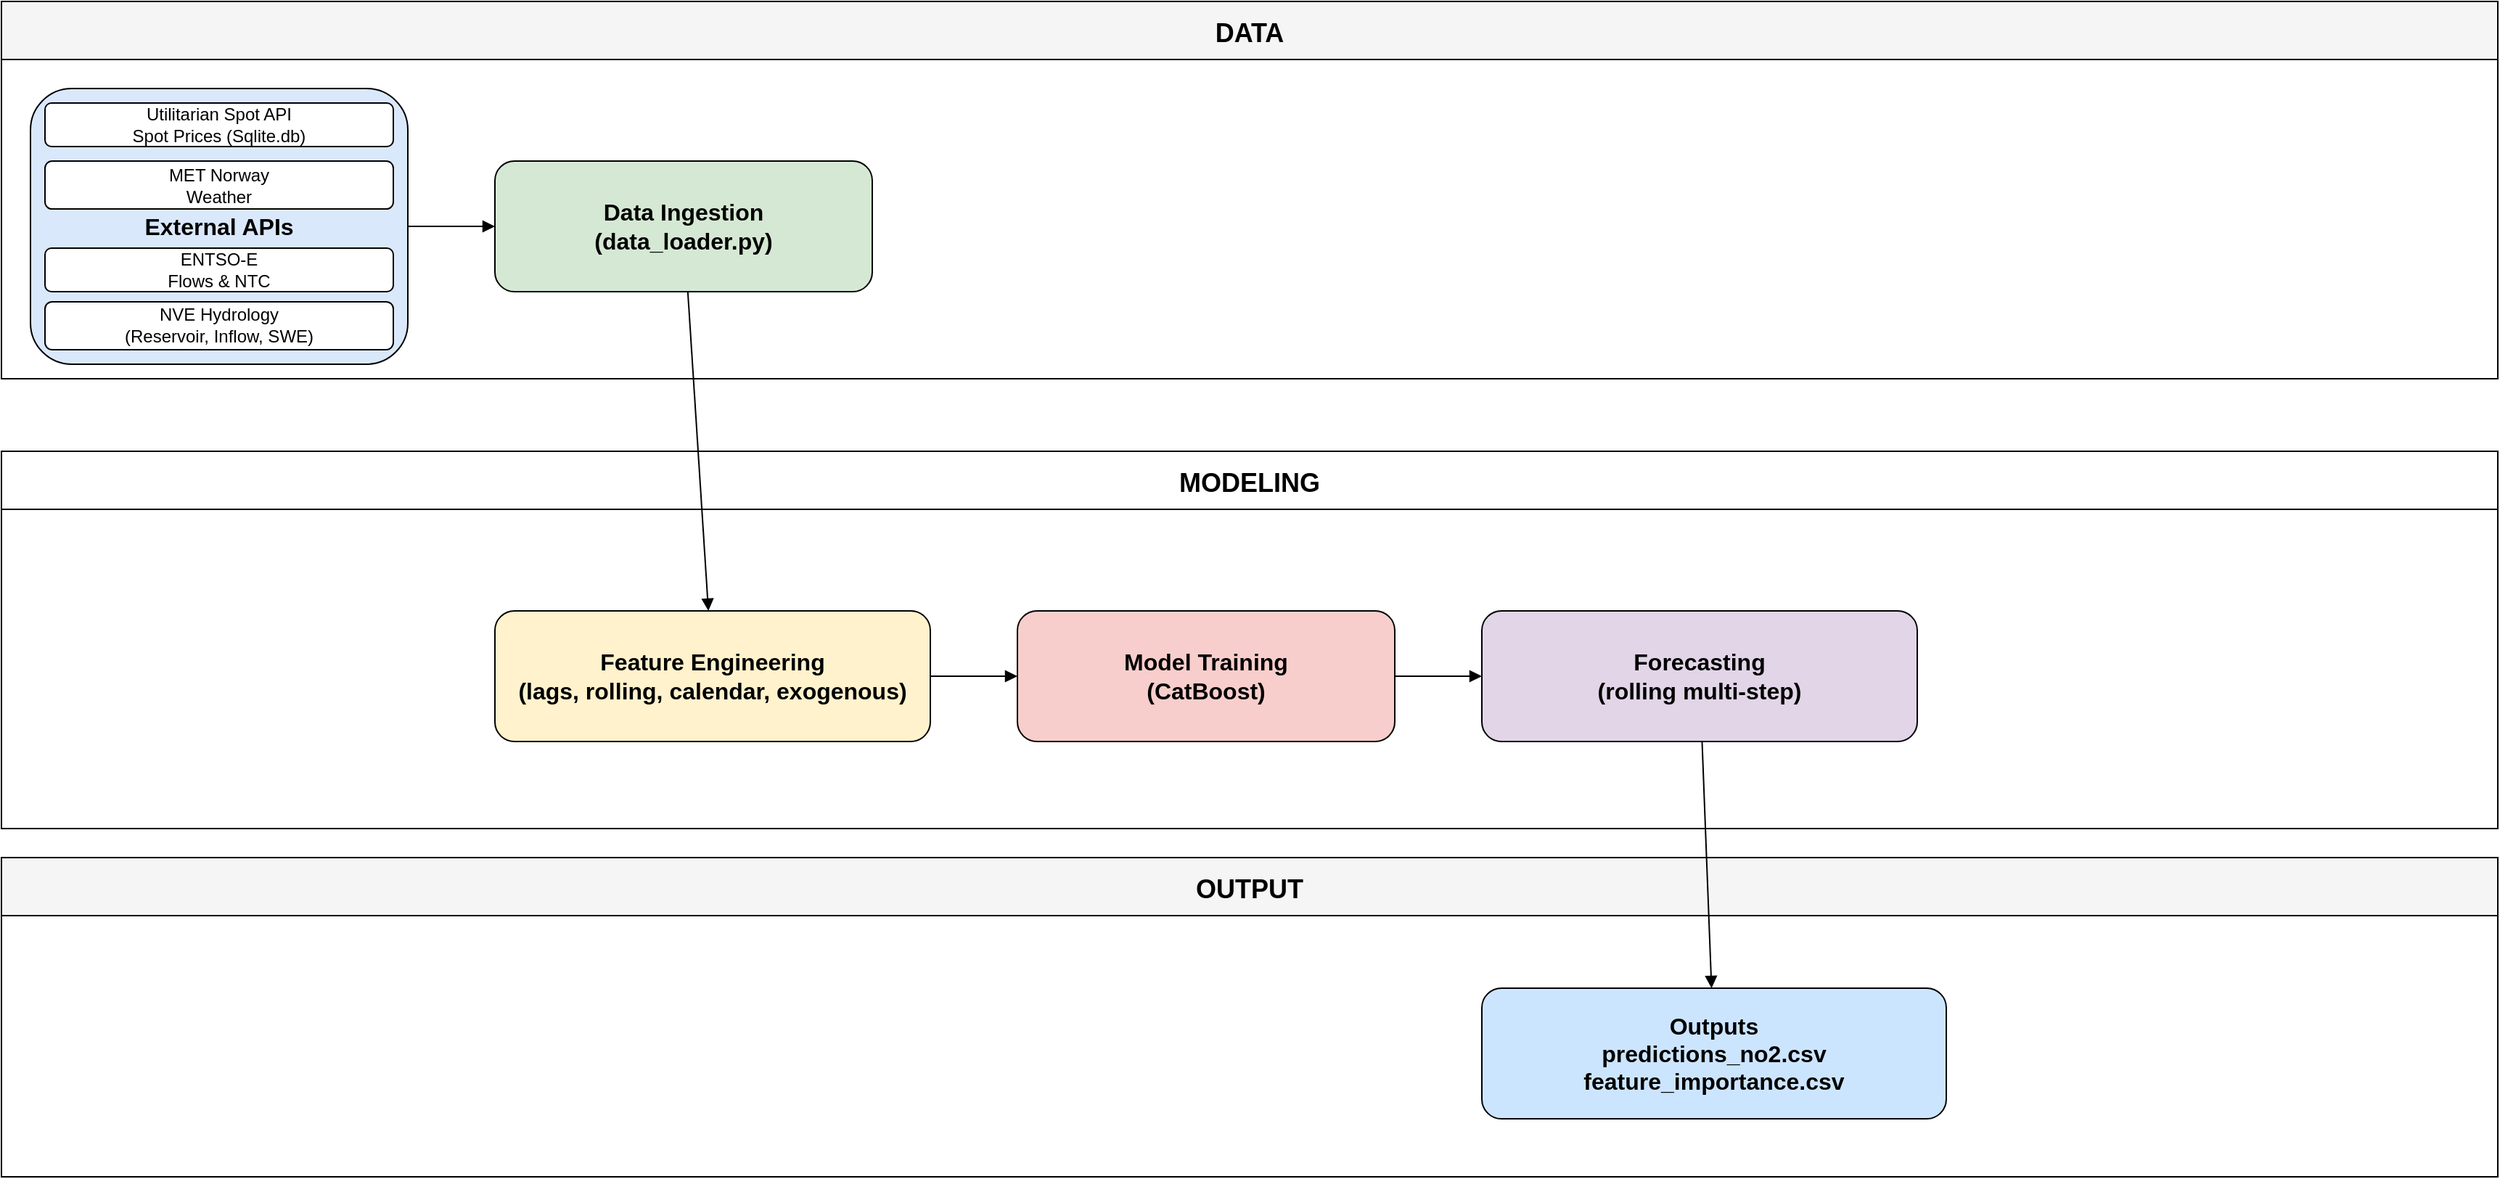
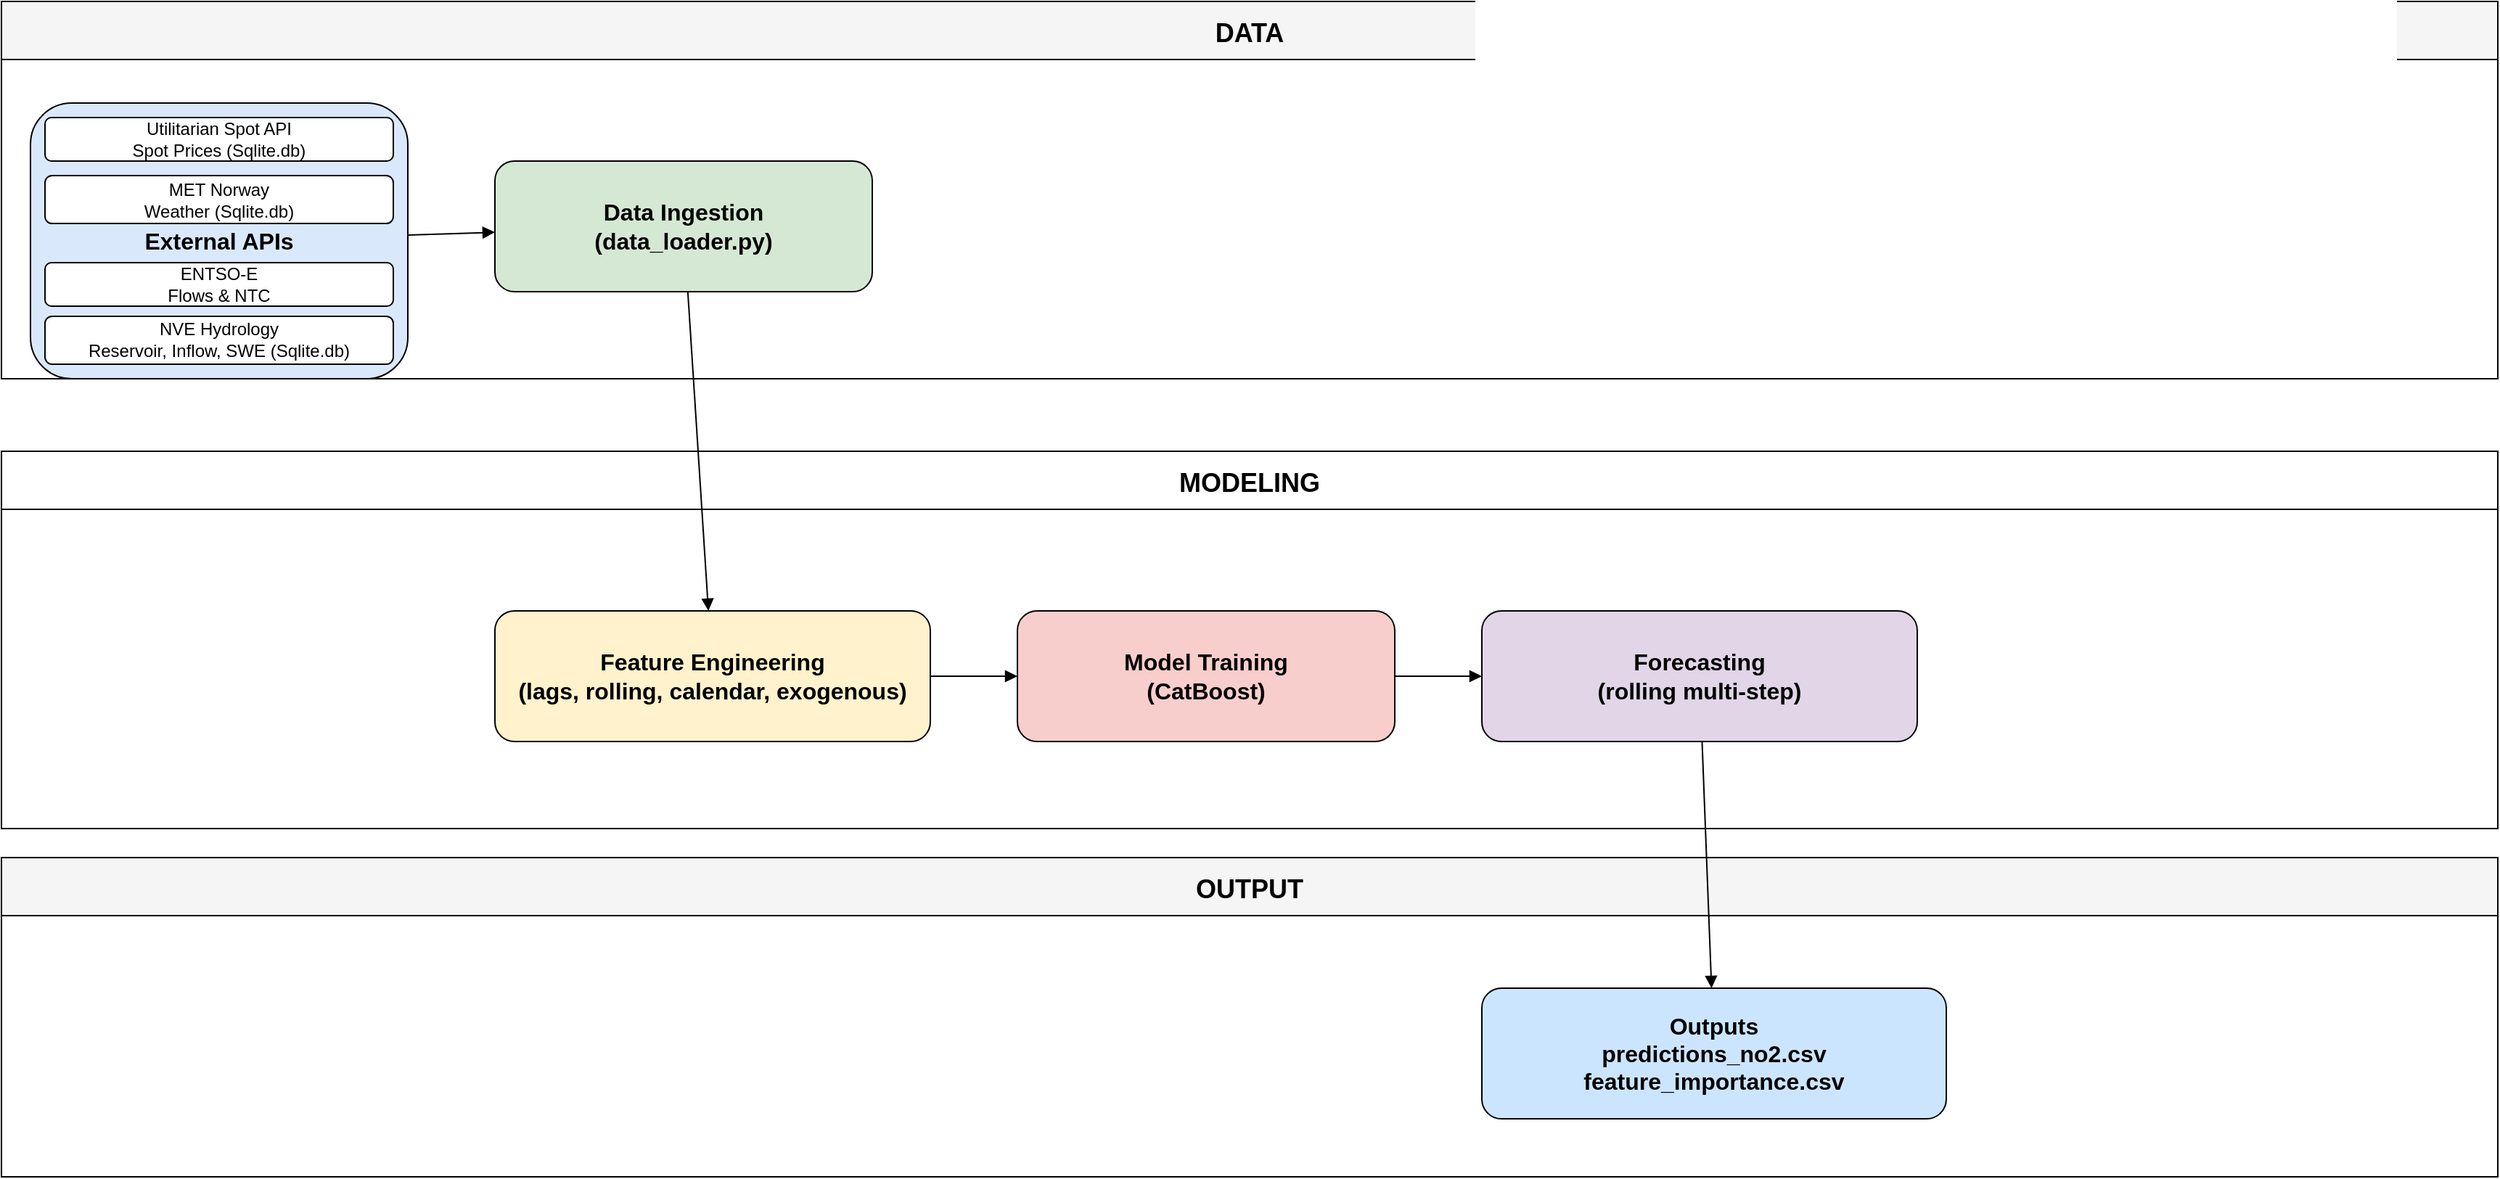
<mxfile host="65bd71144e">
    <diagram id="cSwg0_RF1uVXhF2rL05V" name="NO2 Forecasting Pipeline">
-         <mxGraphModel dx="1326" dy="1740" grid="1" gridSize="10" guides="1" tooltips="1" connect="1" arrows="1" fold="1" page="1" pageScale="1" pageWidth="850" pageHeight="1100" math="0" shadow="0">
+         <mxGraphModel dx="1168" dy="1534" grid="1" gridSize="10" guides="1" tooltips="1" connect="1" arrows="1" fold="1" page="1" pageScale="1" pageWidth="850" pageHeight="1100" math="0" shadow="0">
            <root>
                <mxCell id="0"/>
                <mxCell id="1" parent="0"/>
                <mxCell id="2" value="DATA" style="swimlane;horizontal=1;startSize=40;fillColor=#f5f5f5;fontSize=18;fontStyle=1;" parent="1" vertex="1">
                    <mxGeometry x="20" y="-10" width="1720" height="260" as="geometry"/>
                </mxCell>
                <mxCell id="3" value="External APIs" style="rounded=1;whiteSpace=wrap;html=1;fillColor=#dae8fc;fontSize=16;fontStyle=1" parent="2" vertex="1">
-                     <mxGeometry x="20" y="60" width="260" height="190" as="geometry"/>
+                     <mxGeometry x="20" y="70" width="260" height="190" as="geometry"/>
                </mxCell>
                <mxCell id="4" value="Utilitarian Spot API&lt;br&gt;Spot Prices (Sqlite.db)" style="rounded=1;whiteSpace=wrap;html=1;" parent="3" vertex="1">
                    <mxGeometry x="10" y="10" width="240" height="30" as="geometry"/>
                </mxCell>
-                 <mxCell id="5" value="MET Norway&#xa;Weather" style="rounded=1;whiteSpace=wrap;html=1;" parent="3" vertex="1">
+                 <mxCell id="5" value="MET Norway&lt;br&gt;Weather (Sqlite.db)" style="rounded=1;whiteSpace=wrap;html=1;" parent="3" vertex="1">
                    <mxGeometry x="10" y="50" width="240" height="33.06" as="geometry"/>
                </mxCell>
                <mxCell id="6" value="ENTSO-E&#xa;Flows &amp; NTC" style="rounded=1;whiteSpace=wrap;html=1;" parent="3" vertex="1">
                    <mxGeometry x="10" y="110" width="240" height="30" as="geometry"/>
                </mxCell>
-                 <mxCell id="7" value="NVE Hydrology&#xa;(Reservoir, Inflow, SWE)" style="rounded=1;whiteSpace=wrap;html=1;" parent="3" vertex="1">
+                 <mxCell id="7" value="NVE Hydrology&lt;br&gt;Reservoir, Inflow, SWE (Sqlite.db)" style="rounded=1;whiteSpace=wrap;html=1;" parent="3" vertex="1">
                    <mxGeometry x="10" y="146.95" width="240" height="33.05" as="geometry"/>
                </mxCell>
                <mxCell id="8" value="Data Ingestion&#xa;(data_loader.py)" style="rounded=1;whiteSpace=wrap;html=1;fillColor=#d5e8d4;fontSize=16;fontStyle=1" parent="2" vertex="1">
                    <mxGeometry x="340" y="110" width="260" height="90" as="geometry"/>
                </mxCell>
                <mxCell id="9" value="MODELING" style="swimlane;horizontal=1;startSize=40;fillColor=#ffffff;fontSize=18;fontStyle=1;" parent="1" vertex="1">
                    <mxGeometry x="20" y="300" width="1720" height="260" as="geometry"/>
                </mxCell>
                <mxCell id="10" value="Feature Engineering&#xa;(lags, rolling, calendar, exogenous)" style="rounded=1;whiteSpace=wrap;html=1;fillColor=#fff2cc;fontSize=16;fontStyle=1" parent="9" vertex="1">
                    <mxGeometry x="340" y="110" width="300" height="90" as="geometry"/>
                </mxCell>
                <mxCell id="11" value="Model Training&#xa;(CatBoost)" style="rounded=1;whiteSpace=wrap;html=1;fillColor=#f8cecc;fontSize=16;fontStyle=1" parent="9" vertex="1">
                    <mxGeometry x="700" y="110" width="260" height="90" as="geometry"/>
                </mxCell>
                <mxCell id="12" value="Forecasting&#xa;(rolling multi-step)" style="rounded=1;whiteSpace=wrap;html=1;fillColor=#e1d5e7;fontSize=16;fontStyle=1" parent="9" vertex="1">
                    <mxGeometry x="1020" y="110" width="300" height="90" as="geometry"/>
                </mxCell>
                <mxCell id="13" value="OUTPUT" style="swimlane;horizontal=1;startSize=40;fillColor=#f5f5f5;fontSize=18;fontStyle=1;" parent="1" vertex="1">
                    <mxGeometry x="20" y="580" width="1720" height="220" as="geometry"/>
                </mxCell>
                <mxCell id="14" value="Outputs&#xa;predictions_no2.csv&#xa;feature_importance.csv" style="rounded=1;whiteSpace=wrap;html=1;fillColor=#cce5ff;fontSize=16;fontStyle=1" parent="13" vertex="1">
                    <mxGeometry x="1020" y="90" width="320" height="90" as="geometry"/>
                </mxCell>
                <mxCell id="15" style="endArrow=block;" parent="1" source="3" target="8" edge="1">
                    <mxGeometry relative="1" as="geometry"/>
                </mxCell>
                <mxCell id="16" style="endArrow=block;" parent="1" source="8" target="10" edge="1">
                    <mxGeometry relative="1" as="geometry"/>
                </mxCell>
                <mxCell id="17" style="endArrow=block;" parent="1" source="10" target="11" edge="1">
                    <mxGeometry relative="1" as="geometry"/>
                </mxCell>
                <mxCell id="18" style="endArrow=block;" parent="1" source="11" target="12" edge="1">
                    <mxGeometry relative="1" as="geometry"/>
                </mxCell>
                <mxCell id="19" style="endArrow=block;" parent="1" source="12" target="14" edge="1">
                    <mxGeometry relative="1" as="geometry"/>
                </mxCell>
            </root>
        </mxGraphModel>
    </diagram>
</mxfile>